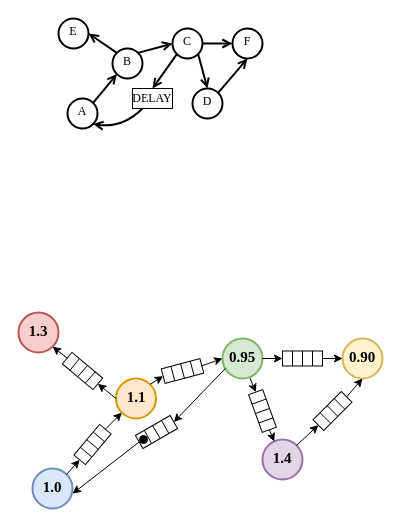
Earlier version of the draw.io diagram paper_examples/ffp_graph.drawio (PRETgroup/bittide_sim_wip). Source tidied: cells renumbered, new cells numbered last; positions are measured from the earlier drawing's top-left corner, leaving out a move shared by most shapes. Both pictures are drawn from the tidied source at 100%, with x=0, y=0 at pixel (18, 18).
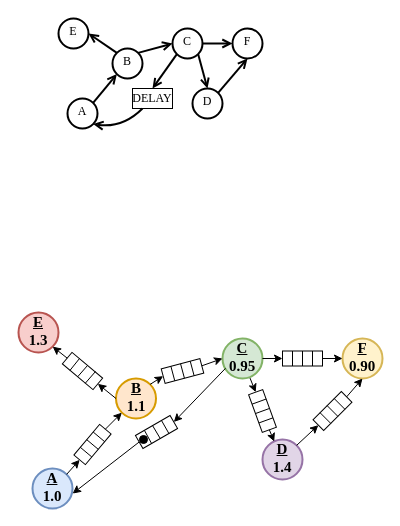
The same page after the edit.

Change to the diagram source:
```diff
@@
-    <mxCell id="14" value="&lt;font size=&quot;1&quot; face=&quot;Times New Roman&quot;&gt;&lt;b style=&quot;font-size: 15px;&quot;&gt;1.0&lt;/b&gt;&lt;/font&gt;" style="ellipse;whiteSpace=wrap;html=1;fillColor=#dae8fc;strokeColor=#6c8ebf;strokeWidth=2;align=center;verticalAlign=middle;spacing=0;spacingTop=-4;" parent="1" vertex="1">
+    <mxCell id="14" value="&lt;font size=&quot;1&quot; face=&quot;Times New Roman&quot;&gt;&lt;b style=&quot;font-size: 15px;&quot;&gt;&lt;u style=&quot;&quot;&gt;A&lt;/u&gt;&lt;br&gt;1.0&lt;/b&gt;&lt;/font&gt;" style="ellipse;whiteSpace=wrap;html=1;fillColor=#dae8fc;strokeColor=#6c8ebf;strokeWidth=2;align=center;verticalAlign=middle;spacing=0;spacingTop=-4;" parent="1" vertex="1">
       <mxGeometry x="14" y="450" width="40" height="40" as="geometry" />
     </mxCell>
-    <mxCell id="15" value="&lt;font size=&quot;1&quot; face=&quot;Times New Roman&quot;&gt;&lt;b style=&quot;font-size: 15px;&quot;&gt;1.1&lt;/b&gt;&lt;/font&gt;" style="ellipse;whiteSpace=wrap;html=1;fillColor=#ffe6cc;strokeColor=#d79b00;strokeWidth=2;align=center;verticalAlign=middle;spacing=0;spacingTop=-4;" parent="1" vertex="1">
+    <mxCell id="15" value="&lt;font size=&quot;1&quot; face=&quot;Times New Roman&quot;&gt;&lt;b style=&quot;font-size: 15px;&quot;&gt;&lt;u&gt;B&lt;/u&gt;&lt;br&gt;1.1&lt;/b&gt;&lt;/font&gt;" style="ellipse;whiteSpace=wrap;html=1;fillColor=#ffe6cc;strokeColor=#d79b00;strokeWidth=2;align=center;verticalAlign=middle;spacing=0;spacingTop=-4;" parent="1" vertex="1">
       <mxGeometry x="97.5" y="360" width="40" height="40" as="geometry" />
     </mxCell>
-    <mxCell id="16" value="&lt;font size=&quot;1&quot; face=&quot;Times New Roman&quot;&gt;&lt;b style=&quot;font-size: 15px;&quot;&gt;1.4&lt;/b&gt;&lt;/font&gt;" style="ellipse;whiteSpace=wrap;html=1;fillColor=#e1d5e7;strokeColor=#9673a6;strokeWidth=2;align=center;verticalAlign=middle;spacing=0;spacingTop=-4;" parent="1" vertex="1">
+    <mxCell id="16" value="&lt;font size=&quot;1&quot; face=&quot;Times New Roman&quot;&gt;&lt;b style=&quot;font-size: 15px;&quot;&gt;&lt;u&gt;D&lt;/u&gt;&lt;br&gt;1.4&lt;/b&gt;&lt;/font&gt;" style="ellipse;whiteSpace=wrap;html=1;fillColor=#e1d5e7;strokeColor=#9673a6;strokeWidth=2;align=center;verticalAlign=middle;spacing=0;spacingTop=-4;" parent="1" vertex="1">
       <mxGeometry x="244" y="421" width="40" height="40" as="geometry" />
     </mxCell>
-    <mxCell id="17" value="&lt;font face=&quot;Times New Roman&quot;&gt;&lt;span style=&quot;font-size: 15px;&quot;&gt;&lt;b&gt;0.95&lt;/b&gt;&lt;/span&gt;&lt;/font&gt;" style="ellipse;whiteSpace=wrap;html=1;fillColor=#d5e8d4;strokeColor=#82b366;strokeWidth=2;align=center;verticalAlign=middle;spacing=0;spacingTop=-4;" parent="1" vertex="1">
+    <mxCell id="17" value="&lt;font face=&quot;Times New Roman&quot;&gt;&lt;span style=&quot;font-size: 15px;&quot;&gt;&lt;b&gt;&lt;u&gt;C&lt;/u&gt;&lt;br&gt;0.95&lt;/b&gt;&lt;/span&gt;&lt;/font&gt;" style="ellipse;whiteSpace=wrap;html=1;fillColor=#d5e8d4;strokeColor=#82b366;strokeWidth=2;align=center;verticalAlign=middle;spacing=0;spacingTop=-4;" parent="1" vertex="1">
       <mxGeometry x="204" y="320" width="40" height="40" as="geometry" />
     </mxCell>
@@
-    <mxCell id="26" value="&lt;font size=&quot;1&quot; face=&quot;Times New Roman&quot;&gt;&lt;b style=&quot;font-size: 15px;&quot;&gt;1.3&lt;/b&gt;&lt;/font&gt;" style="ellipse;whiteSpace=wrap;html=1;fillColor=#f8cecc;strokeColor=#b85450;strokeWidth=2;align=center;verticalAlign=middle;spacing=0;spacingTop=-4;" parent="1" vertex="1">
+    <mxCell id="26" value="&lt;font size=&quot;1&quot; face=&quot;Times New Roman&quot;&gt;&lt;b style=&quot;font-size: 15px;&quot;&gt;&lt;u&gt;E&lt;/u&gt;&lt;br&gt;1.3&lt;/b&gt;&lt;/font&gt;" style="ellipse;whiteSpace=wrap;html=1;fillColor=#f8cecc;strokeColor=#b85450;strokeWidth=2;align=center;verticalAlign=middle;spacing=0;spacingTop=-4;" parent="1" vertex="1">
       <mxGeometry y="294" width="40" height="40" as="geometry" />
     </mxCell>
@@
-    <mxCell id="60" value="&lt;font face=&quot;Times New Roman&quot;&gt;&lt;span style=&quot;font-size: 15px;&quot;&gt;&lt;b&gt;0.90&lt;/b&gt;&lt;/span&gt;&lt;/font&gt;" style="ellipse;whiteSpace=wrap;html=1;fillColor=#fff2cc;strokeColor=#d6b656;strokeWidth=2;align=center;verticalAlign=middle;spacing=0;spacingTop=-4;" parent="1" vertex="1">
+    <mxCell id="60" value="&lt;font face=&quot;Times New Roman&quot;&gt;&lt;span style=&quot;font-size: 15px;&quot;&gt;&lt;b&gt;&lt;u&gt;F&lt;/u&gt;&lt;br&gt;0.90&lt;/b&gt;&lt;/span&gt;&lt;/font&gt;" style="ellipse;whiteSpace=wrap;html=1;fillColor=#fff2cc;strokeColor=#d6b656;strokeWidth=2;align=center;verticalAlign=middle;spacing=0;spacingTop=-4;" parent="1" vertex="1">
       <mxGeometry x="324" y="320" width="40" height="40" as="geometry" />
     </mxCell>
```
